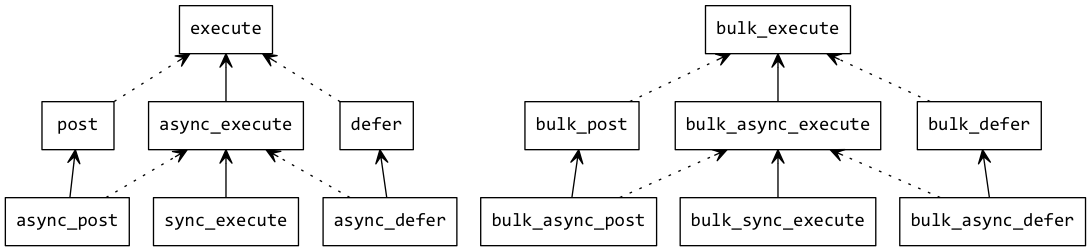
This is customization_points.png from executors/executors, a Graphviz export, as it was before one commit. Its source is kept beside it as customization_points.gv. Source of this version:
```dot
digraph G {
  rankdir = "BT";

  node [
    shape = "box";
    fontname = "Consolas";
    labeljust = "l";
  ];

  execute [];
  post [];
  defer [];
  sync_execute [];
  async_execute [];
  async_post [];
  async_defer [];
  /*then_execute [];*/
  bulk_execute [];
  bulk_post [];
  bulk_defer [];
  bulk_sync_execute [];
  bulk_async_execute [];
  bulk_async_post [];
  bulk_async_defer [];
  /*bulk_then_execute [];*/

  /* These adaptations are always possible */
  {
    edge [ arrowhead = "open", fontname = "Consolas" ];
    async_execute -> execute;
    sync_execute -> async_execute;
    async_post -> post;
    async_defer -> defer;
    bulk_async_execute -> bulk_execute;
    bulk_sync_execute -> bulk_async_execute;
    bulk_async_post -> bulk_post;
    bulk_async_defer -> bulk_defer;
  }

  /* These adaptations are conditionally possible */
  {
    edge [ arrowhead = "open", style = "dotted", fontname = "Consolas" ];
    post -> execute;
    defer -> execute;
    async_post -> async_execute;
    async_defer -> async_execute;
    bulk_post -> bulk_execute;
    bulk_defer -> bulk_execute;
    bulk_async_post -> bulk_async_execute;
    bulk_async_defer -> bulk_async_execute;
  }
}
```
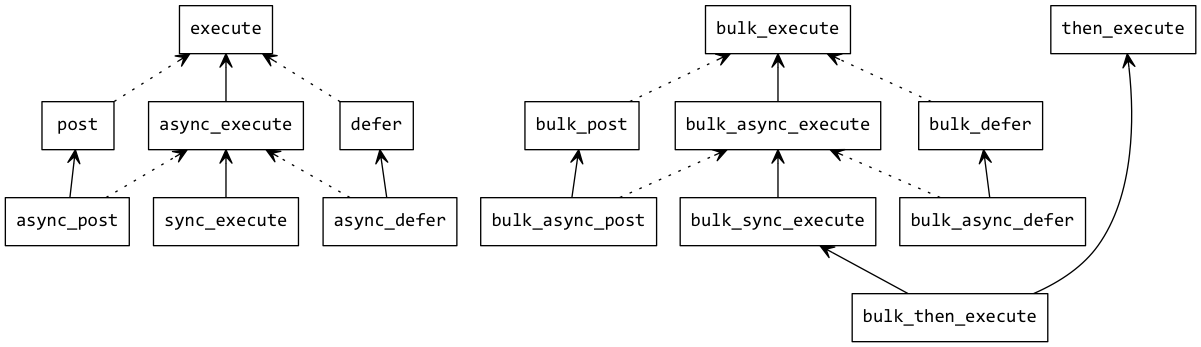
After the change.

Commit message:
Add then_execute and bulk_then_execute to graph.

The edit, as a diff of the source:
```diff
@@ -7,22 +7,33 @@
     labeljust = "l";
   ];
 
-  execute [];
-  post [];
-  defer [];
-  sync_execute [];
-  async_execute [];
-  async_post [];
-  async_defer [];
-  /*then_execute [];*/
-  bulk_execute [];
-  bulk_post [];
-  bulk_defer [];
-  bulk_sync_execute [];
-  bulk_async_execute [];
-  bulk_async_post [];
-  bulk_async_defer [];
-  /*bulk_then_execute [];*/
+
+  subgraph T {
+    rank = "same";
+    execute [];
+    bulk_execute [];
+    then_execute [];
+  }
+
+  subgraph U {
+    post [];
+    defer [];
+    sync_execute [];
+    bulk_post [];
+    bulk_defer [];
+    async_execute [];
+    bulk_async_execute [];
+  }
+
+  subgraph V {
+    async_post [];
+    async_defer [];
+    bulk_sync_execute [];
+    bulk_async_post [];
+    bulk_async_defer [];
+  }
+
+  bulk_then_execute [];
 
   /* These adaptations are always possible */
   {
@@ -35,6 +46,8 @@
     bulk_sync_execute -> bulk_async_execute;
     bulk_async_post -> bulk_post;
     bulk_async_defer -> bulk_defer;
+    bulk_then_execute -> then_execute;
+    bulk_then_execute -> bulk_sync_execute;
   }
 
   /* These adaptations are conditionally possible */
```
